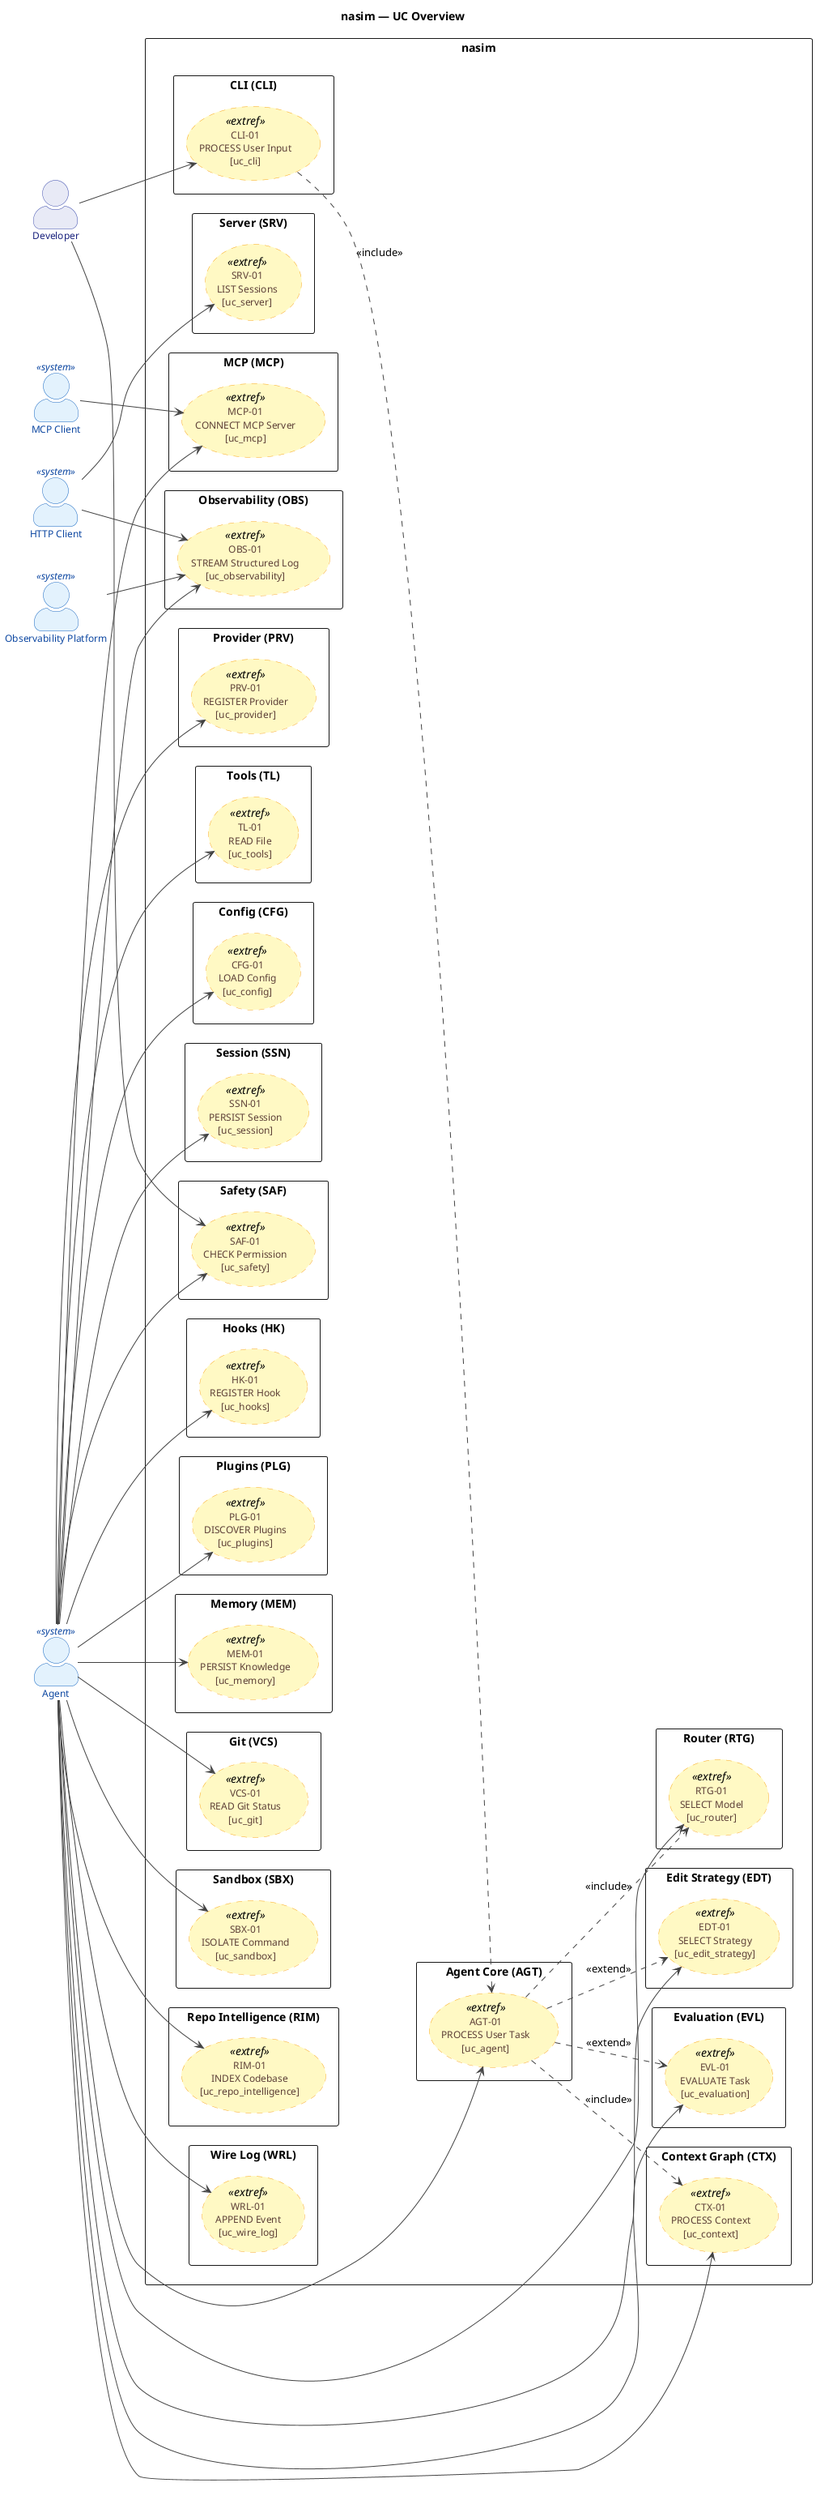
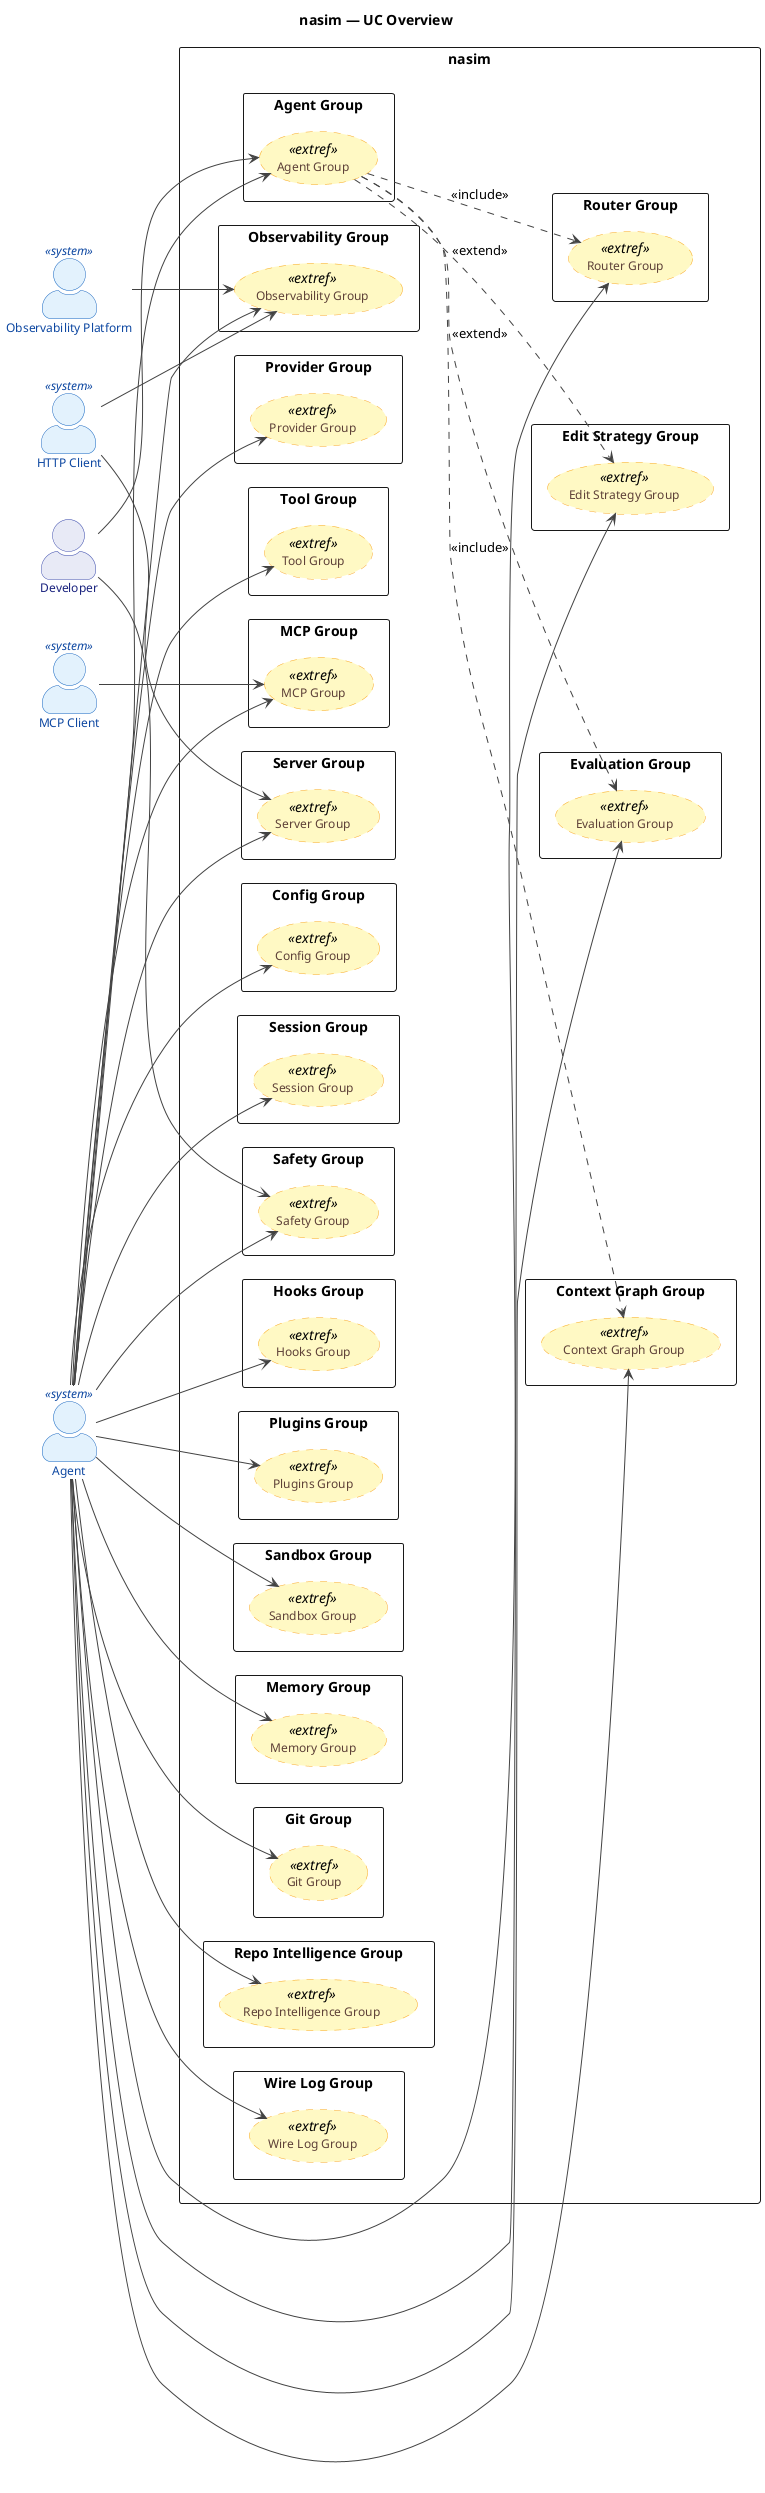
@startuml uc_overview

' ============================================================
' Title:     nasim — UC: Overview
' Group:     ALL (All Groups)
' Boundary:  nasim code agent
' Purpose:   Cross-cutting view of all UC groups and actor interactions
+ '            Each group is a single use case matching C4 component groups
' Milestone: v1.0
- ' Version:   6.0.0
- ' Source:    docs/ENTITIES.md
- ' Review:    docs/audit/audit.2026.06.20.uc-layer.car.md
+ ' Version:   7.0.0
+ ' Source:    docs/C4/c4_nasim_component.puml
+ ' Review:    —
' ============================================================

left to right direction

title nasim — UC Overview

skinparam actorStyle awesome
skinparam packageStyle rectangle

skinparam usecase {
  BackgroundColor #FFFFFF
  BorderColor #424242
  FontColor #000000
  ArrowColor #424242
  FontSize 12
}

skinparam actor {
  BackgroundColor #E8EAF6
  BorderColor #3949AB
  FontColor #1A237E
  FontSize 12
}

skinparam actor<<system>> {
  BackgroundColor #E3F2FD
  BorderColor #1565C0
  FontColor #0D47A1
}

skinparam usecase<<extref>> {
  BackgroundColor #FFF9C4
  BorderColor #F9A825
  FontColor #5D4037
  BorderStyle dashed
}

' ============================================================
' Actors
' ============================================================

actor "Developer" as Developer
actor "HTTP Client" as HTTPClient <<system>>
actor "MCP Client" as MCPClient <<system>>
actor "Observability Platform" as Platform <<system>>
actor "Agent" as Agent <<system>>

' ============================================================
' System Boundary
' ============================================================

rectangle "nasim" {

-   package "CLI (CLI)" {
-     usecase "CLI-01\nPROCESS User Input\n[uc_cli]" as UC_CLI <<extref>>
+   package "Agent Group" {
+     usecase "Agent Group" as agent_group <<extref>>
  }

-   package "Agent Core (AGT)" {
-     usecase "AGT-01\nPROCESS User Task\n[uc_agent]" as UC_AGT <<extref>>
+   package "Provider Group" {
+     usecase "Provider Group" as provider_group <<extref>>
  }

-   package "Provider (PRV)" {
-     usecase "PRV-01\nREGISTER Provider\n[uc_provider]" as UC_PRV <<extref>>
+   package "Router Group" {
+     usecase "Router Group" as router_group <<extref>>
  }

-   package "Tools (TL)" {
-     usecase "TL-01\nREAD File\n[uc_tools]" as UC_TL <<extref>>
+   package "Tool Group" {
+     usecase "Tool Group" as tool_group <<extref>>
  }

-   package "MCP (MCP)" {
-     usecase "MCP-01\nCONNECT MCP Server\n[uc_mcp]" as UC_MCP <<extref>>
+   package "MCP Group" {
+     usecase "MCP Group" as mcp_group <<extref>>
  }

-   package "Config (CFG)" {
-     usecase "CFG-01\nLOAD Config\n[uc_config]" as UC_CFG <<extref>>
+   package "Config Group" {
+     usecase "Config Group" as config_group <<extref>>
  }

-   package "Session (SSN)" {
-     usecase "SSN-01\nPERSIST Session\n[uc_session]" as UC_SSN <<extref>>
+   package "Session Group" {
+     usecase "Session Group" as session_group <<extref>>
  }

-   package "Server (SRV)" {
-     usecase "SRV-01\nLIST Sessions\n[uc_server]" as UC_SRV <<extref>>
+   package "Server Group" {
+     usecase "Server Group" as server_group <<extref>>
  }

-   package "Hooks (HK)" {
-     usecase "HK-01\nREGISTER Hook\n[uc_hooks]" as UC_HK <<extref>>
+   package "Hooks Group" {
+     usecase "Hooks Group" as hooks_group <<extref>>
  }

-   package "Plugins (PLG)" {
-     usecase "PLG-01\nDISCOVER Plugins\n[uc_plugins]" as UC_PLG <<extref>>
+   package "Plugins Group" {
+     usecase "Plugins Group" as plugins_group <<extref>>
  }

-   package "Safety (SAF)" {
-     usecase "SAF-01\nCHECK Permission\n[uc_safety]" as UC_SAF <<extref>>
+   package "Sandbox Group" {
+     usecase "Sandbox Group" as sandbox_group <<extref>>
  }

-   package "Router (RTG)" {
-     usecase "RTG-01\nSELECT Model\n[uc_router]" as UC_RTG <<extref>>
+   package "Safety Group" {
+     usecase "Safety Group" as safety_group <<extref>>
  }

-   package "Observability (OBS)" {
-     usecase "OBS-01\nSTREAM Structured Log\n[uc_observability]" as UC_OBS <<extref>>
+   package "Observability Group" {
+     usecase "Observability Group" as observability_group <<extref>>
  }

-   package "Memory (MEM)" {
-     usecase "MEM-01\nPERSIST Knowledge\n[uc_memory]" as UC_MEM <<extref>>
+   package "Memory Group" {
+     usecase "Memory Group" as memory_group <<extref>>
  }

-   package "Git (VCS)" {
-     usecase "VCS-01\nREAD Git Status\n[uc_git]" as UC_VCS <<extref>>
+   package "Git Group" {
+     usecase "Git Group" as git_group <<extref>>
  }

-   package "Sandbox (SBX)" {
-     usecase "SBX-01\nISOLATE Command\n[uc_sandbox]" as UC_SBX <<extref>>
+   package "Repo Intelligence Group" {
+     usecase "Repo Intelligence Group" as repo_intelligence_group <<extref>>
  }

-   package "Repo Intelligence (RIM)" {
-     usecase "RIM-01\nINDEX Codebase\n[uc_repo_intelligence]" as UC_RIM <<extref>>
+   package "Edit Strategy Group" {
+     usecase "Edit Strategy Group" as edit_strategy_group <<extref>>
  }

-   package "Edit Strategy (EDT)" {
-     usecase "EDT-01\nSELECT Strategy\n[uc_edit_strategy]" as UC_EDT <<extref>>
+   package "Evaluation Group" {
+     usecase "Evaluation Group" as evaluation_group <<extref>>
  }

-   package "Evaluation (EVL)" {
-     usecase "EVL-01\nEVALUATE Task\n[uc_evaluation]" as UC_EVL <<extref>>
+   package "Wire Log Group" {
+     usecase "Wire Log Group" as wire_log_group <<extref>>
  }

-   package "Wire Log (WRL)" {
-     usecase "WRL-01\nAPPEND Event\n[uc_wire_log]" as UC_WRL <<extref>>
-   }
- 
-   package "Context Graph (CTX)" {
-     usecase "CTX-01\nPROCESS Context\n[uc_context]" as UC_CTX <<extref>>
+   package "Context Graph Group" {
+     usecase "Context Graph Group" as context_graph_group <<extref>>
  }
}

' ============================================================
' Actor -> Use Case Associations
' ============================================================

- Developer --> UC_CLI
- Developer --> UC_SAF
+ Developer --> agent_group
+ Developer --> safety_group

- HTTPClient --> UC_SRV
- HTTPClient --> UC_OBS
+ HTTPClient --> server_group
+ HTTPClient --> observability_group

- MCPClient --> UC_MCP
+ MCPClient --> mcp_group

- Platform --> UC_OBS
+ Platform --> observability_group

- Agent --> UC_AGT
- Agent --> UC_PRV
- Agent --> UC_TL
- Agent --> UC_MCP
- Agent --> UC_CFG
- Agent --> UC_SSN
- Agent --> UC_HK
- Agent --> UC_PLG
- Agent --> UC_SAF
- Agent --> UC_RTG
- Agent --> UC_OBS
- Agent --> UC_MEM
- Agent --> UC_VCS
- Agent --> UC_SBX
- Agent --> UC_RIM
- Agent --> UC_EDT
- Agent --> UC_EVL
- Agent --> UC_WRL
- Agent --> UC_CTX
+ Agent --> agent_group
+ Agent --> provider_group
+ Agent --> router_group
+ Agent --> tool_group
+ Agent --> mcp_group
+ Agent --> config_group
+ Agent --> session_group
+ Agent --> server_group
+ Agent --> hooks_group
+ Agent --> plugins_group
+ Agent --> sandbox_group
+ Agent --> safety_group
+ Agent --> observability_group
+ Agent --> memory_group
+ Agent --> git_group
+ Agent --> repo_intelligence_group
+ Agent --> edit_strategy_group
+ Agent --> evaluation_group
+ Agent --> wire_log_group
+ Agent --> context_graph_group

' ============================================================
' Key Relationships
' ============================================================

- UC_CLI ..> UC_AGT : <<include>>
- UC_AGT ..> UC_RTG : <<include>>
- UC_AGT ..> UC_CTX : <<include>>
- UC_AGT ..> UC_EDT : <<extend>>
- UC_AGT ..> UC_EVL : <<extend>>
+ agent_group ..> router_group : <<include>>
+ agent_group ..> context_graph_group : <<include>>
+ agent_group ..> edit_strategy_group : <<extend>>
+ agent_group ..> evaluation_group : <<extend>>

@enduml
